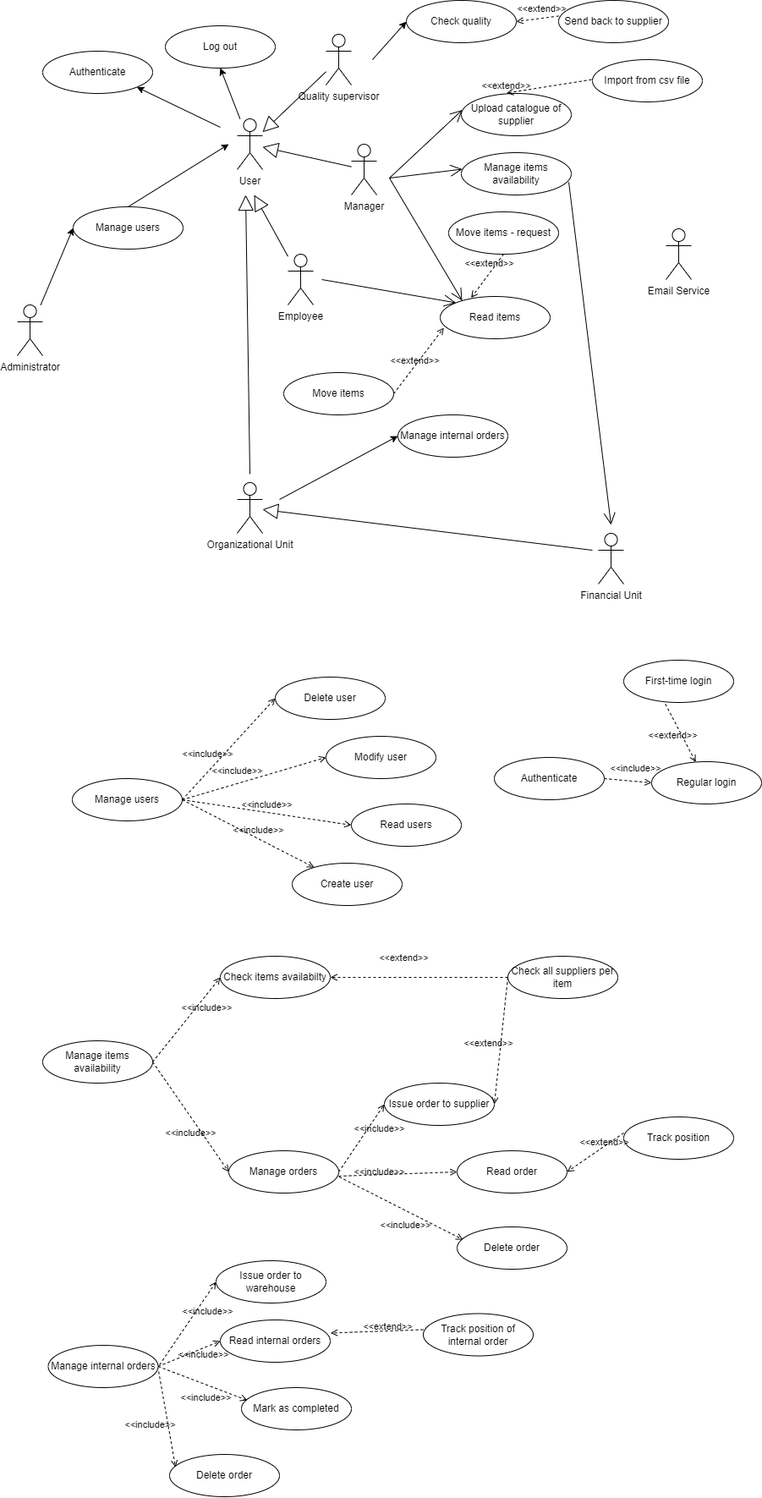
Earlier version of the draw.io export diagrams/UCDiagram.drawio.png (Guarecuco/EzWh). Source tidied: cells renumbered, new cells last; positions are measured from the earlier drawing's top-left corner, leaving out a move shared by most shapes.
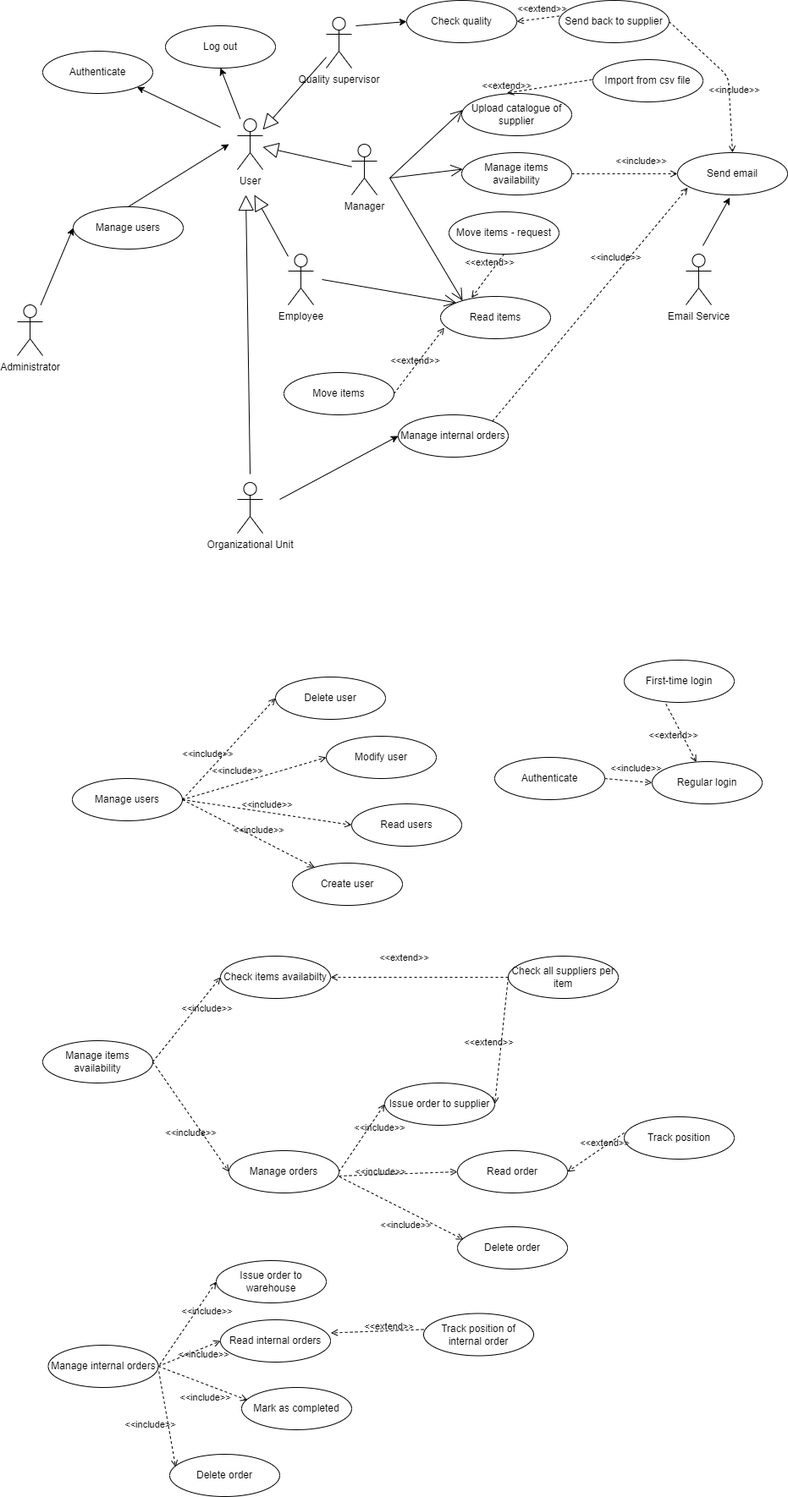
Above is the later version.

Commit message:
finished with UCs

What changed in the source:
```diff
@@ -128,7 +128,7 @@
       <mxGeometry x="0.31" y="6" relative="1" as="geometry" />
     </mxCell>
     <mxCell id="41" value="Quality supervisor" style="shape=umlActor;verticalLabelPosition=bottom;verticalAlign=top;html=1;outlineConnect=0;" parent="1" vertex="1">
-      <mxGeometry x="365" y="40" width="30" height="60" as="geometry" />
+      <mxGeometry x="365" y="20" width="30" height="60" as="geometry" />
     </mxCell>
     <mxCell id="42" style="endArrow=block;endSize=16;endFill=0;html=1;" parent="1" edge="1" source="41" target="4">
       <mxGeometry relative="1" as="geometry" />
@@ -138,7 +138,7 @@
     </mxCell>
     <mxCell id="44" style="endArrow=classic;html=1;entryX=0;entryY=0.5;entryDx=0;entryDy=0;" parent="1" edge="1" target="43">
       <mxGeometry relative="1" as="geometry">
-        <mxPoint x="420" y="70" as="sourcePoint" />
+        <mxPoint x="400" y="30" as="sourcePoint" />
       </mxGeometry>
     </mxCell>
     <mxCell id="45" value="Send back to supplier" style="ellipse;whiteSpace=wrap;html=1;" parent="1" vertex="1">
@@ -215,19 +215,6 @@
         <mxPoint x="360" y="330" as="sourcePoint" />
       </mxGeometry>
     </mxCell>
-    <mxCell id="66" value="Financial Unit" style="shape=umlActor;verticalLabelPosition=bottom;verticalAlign=top;html=1;" parent="1" vertex="1">
-      <mxGeometry x="687" y="630" width="30" height="60" as="geometry" />
-    </mxCell>
-    <mxCell id="67" style="endArrow=block;endSize=16;endFill=0;html=1;" parent="1" edge="1" target="48">
-      <mxGeometry relative="1" as="geometry">
-        <mxPoint x="680" y="650" as="sourcePoint" />
-      </mxGeometry>
-    </mxCell>
-    <mxCell id="68" style="endArrow=open;endFill=1;endSize=12;html=1;exitX=0.977;exitY=0.696;exitDx=0;exitDy=0;exitPerimeter=0;" parent="1" edge="1" source="19">
-      <mxGeometry relative="1" as="geometry">
-        <mxPoint x="702" y="620" as="targetPoint" />
-      </mxGeometry>
-    </mxCell>
     <mxCell id="69" value="Move items - request" style="ellipse;whiteSpace=wrap;html=1;" parent="1" vertex="1">
       <mxGeometry x="510" y="250" width="130" height="50" as="geometry" />
     </mxCell>
@@ -260,7 +247,7 @@
       </mxGeometry>
     </mxCell>
     <mxCell id="78" value="Email Service" style="shape=umlActor;verticalLabelPosition=bottom;verticalAlign=top;html=1;" parent="1" vertex="1">
-      <mxGeometry x="767" y="270" width="30" height="60" as="geometry" />
+      <mxGeometry x="790" y="300" width="30" height="60" as="geometry" />
     </mxCell>
     <mxCell id="79" value="Upload catalogue of supplier" style="ellipse;whiteSpace=wrap;html=1;" parent="1" vertex="1">
       <mxGeometry x="525" y="110" width="130" height="50" as="geometry" />
@@ -276,5 +263,28 @@
     <mxCell id="82" value="&amp;lt;&amp;lt;extend&amp;gt;&amp;gt;" style="html=1;verticalAlign=bottom;labelBackgroundColor=none;endArrow=open;endFill=0;dashed=1;exitX=-0.009;exitY=0.473;exitDx=0;exitDy=0;entryX=0.411;entryY=-0.009;entryDx=0;entryDy=0;entryPerimeter=0;exitPerimeter=0;" parent="1" edge="1" source="81" target="79">
       <mxGeometry x="1" relative="1" as="geometry" />
     </mxCell>
+    <mxCell id="83" value="Send email" style="ellipse;whiteSpace=wrap;html=1;" parent="1" vertex="1">
+      <mxGeometry x="780" y="180" width="130" height="50" as="geometry" />
+    </mxCell>
+    <mxCell id="84" value="&amp;lt;&amp;lt;include&amp;gt;&amp;gt;" style="html=1;verticalAlign=bottom;labelBackgroundColor=none;endArrow=open;endFill=0;dashed=1;exitX=1;exitY=0.5;exitDx=0;exitDy=0;entryX=0.5;entryY=0;entryDx=0;entryDy=0;" parent="1" edge="1" source="45" target="83">
+      <mxGeometry x="0.31" y="6" relative="1" as="geometry">
+        <Array as="points">
+          <mxPoint x="840" y="90" />
+        </Array>
+      </mxGeometry>
+    </mxCell>
+    <mxCell id="85" value="&amp;lt;&amp;lt;include&amp;gt;&amp;gt;" style="html=1;verticalAlign=bottom;labelBackgroundColor=none;endArrow=open;endFill=0;dashed=1;exitX=1;exitY=0.5;exitDx=0;exitDy=0;" parent="1" edge="1" source="19">
+      <mxGeometry x="0.31" y="6" relative="1" as="geometry">
+        <mxPoint x="780" y="205" as="targetPoint" />
+      </mxGeometry>
+    </mxCell>
+    <mxCell id="86" value="&amp;lt;&amp;lt;include&amp;gt;&amp;gt;" style="html=1;verticalAlign=bottom;labelBackgroundColor=none;endArrow=open;endFill=0;dashed=1;exitX=1;exitY=0;exitDx=0;exitDy=0;entryX=0.093;entryY=0.827;entryDx=0;entryDy=0;entryPerimeter=0;" parent="1" edge="1" source="47" target="83">
+      <mxGeometry x="0.31" y="6" relative="1" as="geometry" />
+    </mxCell>
+    <mxCell id="87" style="endArrow=classic;html=1;entryX=0.475;entryY=1.062;entryDx=0;entryDy=0;entryPerimeter=0;" parent="1" edge="1" target="83">
+      <mxGeometry relative="1" as="geometry">
+        <mxPoint x="810" y="290" as="sourcePoint" />
+      </mxGeometry>
+    </mxCell>
   </root>
 </mxGraphModel>
```
